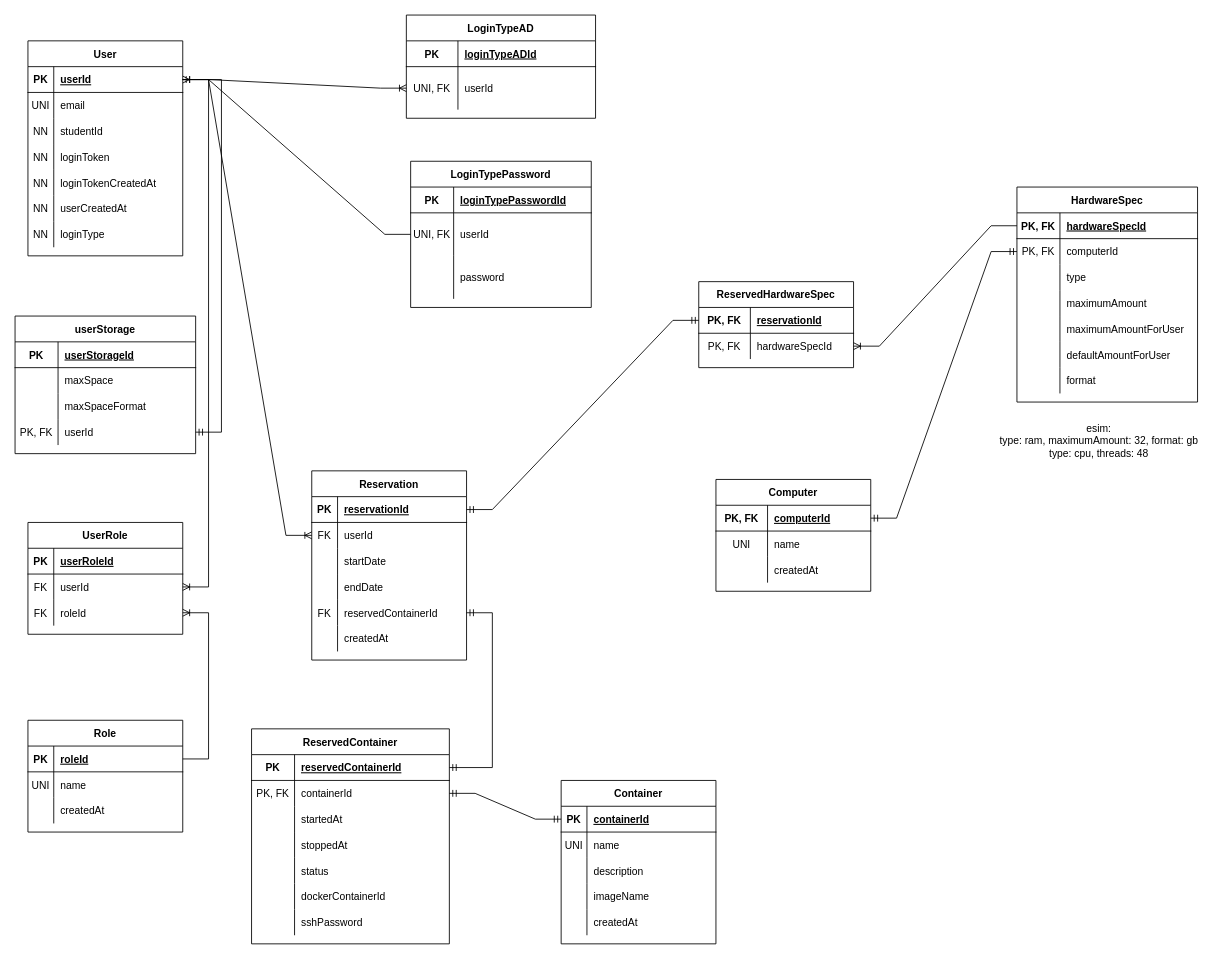
kulttuuri/containers-on-the-fly keeps this draw.io diagram as documentation/database.drawio. Above is the earlier version. Source tidied: cells renumbered, new cells numbered last; positions are measured from the earlier drawing's top-left corner, leaving out a move shared by most shapes. Both pictures are drawn from the tidied source at 86%, with x=0, y=0 at pixel (15, 15).
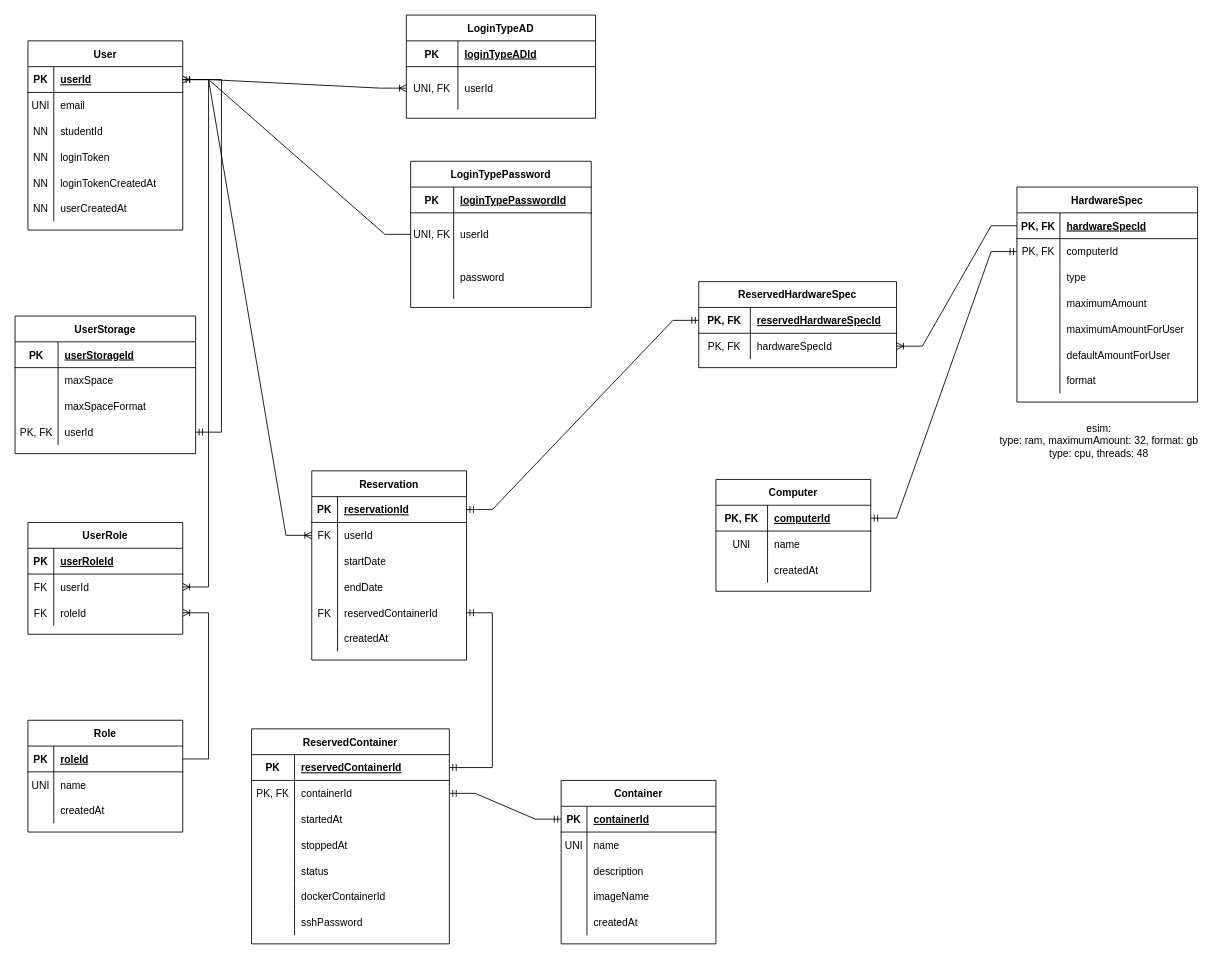
The same page after the edit.

Commit message (it also covers changes not shown here):
- Updated database drawing. - Created the database programmatically in the backend.

The edit, as a diff of the source:
```diff
@@
     <mxCell id="2" value="User" style="shape=table;startSize=30;childLayout=tableLayout;rowLines=0;fontStyle=1;align=center;" parent="1" vertex="1">
-      <mxGeometry x="15" y="30" width="180" height="250" as="geometry" />
+      <mxGeometry x="15" y="30" width="180" height="220" as="geometry" />
     </mxCell>
@@
-    <mxCell id="21" style="shape=tableRow;horizontal=0;startSize=0;swimlaneHead=0;swimlaneBody=0;fillColor=none;top=0;left=0;right=0;bottom=0;" parent="2" vertex="1">
-      <mxGeometry y="210" width="180" height="30" as="geometry" />
-    </mxCell>
-    <mxCell id="22" value="NN" style="shape=partialRectangle;fillColor=none;top=0;left=0;bottom=0;right=0;overflow=hidden;" parent="21" vertex="1">
-      <mxGeometry width="30" height="30" as="geometry" />
-    </mxCell>
-    <mxCell id="23" value="loginType" style="shape=partialRectangle;fillColor=none;top=0;left=0;bottom=0;right=0;align=left;spacingLeft=6;overflow=hidden;" parent="21" vertex="1">
-      <mxGeometry x="30" width="150" height="30" as="geometry" />
-    </mxCell>
@@
     <mxCell id="88" value="ReservedHardwareSpec" style="shape=table;startSize=30;childLayout=tableLayout;rowLines=0;fontStyle=1;align=center;" parent="1" vertex="1">
-      <mxGeometry x="795" y="310" width="180" height="100" as="geometry" />
+      <mxGeometry x="795" y="310" width="230" height="100" as="geometry" />
     </mxCell>
     <mxCell id="89" style="shape=tableRow;horizontal=0;startSize=0;swimlaneHead=0;swimlaneBody=0;fillColor=none;points=[[0,0.5],[1,0.5]];portConstraint=eastwest;top=0;left=0;right=0;bottom=1;" parent="88" vertex="1">
-      <mxGeometry y="30" width="180" height="30" as="geometry" />
+      <mxGeometry y="30" width="230" height="30" as="geometry" />
     </mxCell>
@@
-    <mxCell id="91" value="reservationId" style="shape=partialRectangle;fillColor=none;top=0;left=0;bottom=0;right=0;align=left;spacingLeft=6;fontStyle=5;overflow=hidden;" parent="89" vertex="1">
-      <mxGeometry x="60" width="120" height="30" as="geometry" />
+    <mxCell id="91" value="reservedHardwareSpecId" style="shape=partialRectangle;fillColor=none;top=0;left=0;bottom=0;right=0;align=left;spacingLeft=6;fontStyle=5;overflow=hidden;" parent="89" vertex="1">
+      <mxGeometry x="60" width="170" height="30" as="geometry" />
     </mxCell>
     <mxCell id="92" style="shape=tableRow;horizontal=0;startSize=0;swimlaneHead=0;swimlaneBody=0;fillColor=none;points=[[0,0.5],[1,0.5]];portConstraint=eastwest;top=0;left=0;right=0;bottom=0;" parent="88" vertex="1">
-      <mxGeometry y="60" width="180" height="30" as="geometry" />
+      <mxGeometry y="60" width="230" height="30" as="geometry" />
     </mxCell>
@@
     <mxCell id="94" value="hardwareSpecId" style="shape=partialRectangle;fillColor=none;top=0;left=0;bottom=0;right=0;align=left;spacingLeft=6;overflow=hidden;" parent="92" vertex="1">
-      <mxGeometry x="60" width="120" height="30" as="geometry" />
+      <mxGeometry x="60" width="170" height="30" as="geometry" />
     </mxCell>
@@
-    <mxCell id="149" value="userStorage" style="shape=table;startSize=30;childLayout=tableLayout;rowLines=0;fontStyle=1;align=center;" parent="1" vertex="1">
+    <mxCell id="149" value="UserStorage" style="shape=table;startSize=30;childLayout=tableLayout;rowLines=0;fontStyle=1;align=center;" parent="1" vertex="1">
       <mxGeometry y="350" width="210" height="160" as="geometry" />
     </mxCell>
```
